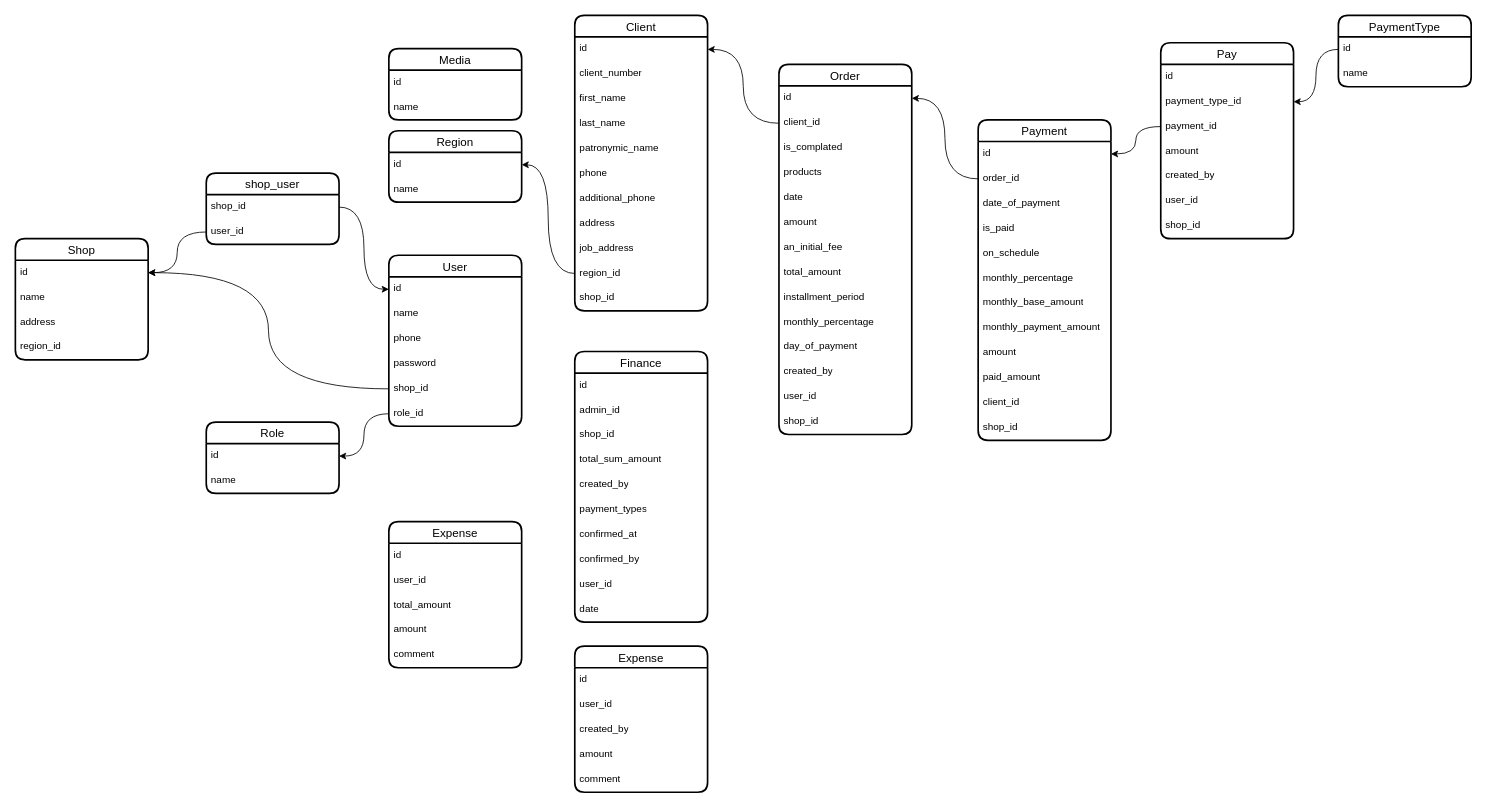
The draw.io diagram page "Страница — 1" (1 of 2) of karsoft-payment.drawio in iztileuoff/databases, before the edit. Source tidied: cells renumbered, new cells numbered last; positions are measured from the earlier drawing's top-left corner, leaving out a move shared by most shapes. Both pictures are drawn from the tidied source at 83%, with x=0, y=0 at pixel (15, 15).
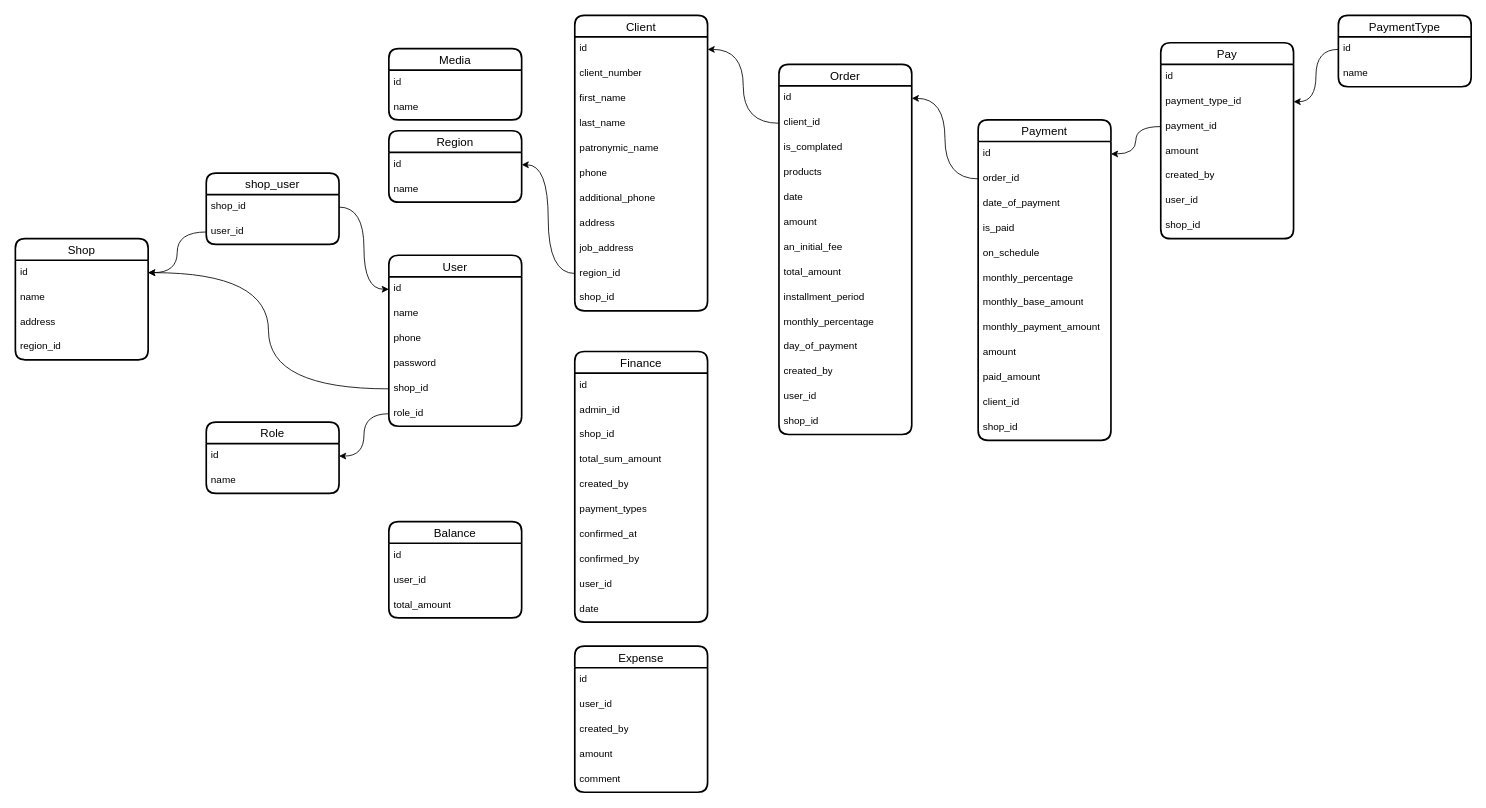
Above is the later version.

What changed in the source:
```diff
@@
-    <mxCell id="103" value="Expense" style="swimlane;fontStyle=0;horizontal=1;startSize=26;align=center;fontSize=14;strokeWidth=2;rounded=1;shadow=0;glass=0;swimlaneLine=1;" parent="1" vertex="1">
-      <mxGeometry x="450" y="610" width="160" height="176" as="geometry" />
+    <mxCell id="103" value="Balance" style="swimlane;fontStyle=0;horizontal=1;startSize=26;align=center;fontSize=14;strokeWidth=2;rounded=1;shadow=0;glass=0;swimlaneLine=1;" parent="1" vertex="1">
+      <mxGeometry x="450" y="610" width="160" height="116" as="geometry" />
     </mxCell>
@@
-    <mxCell id="107" value="amount" style="text;strokeColor=none;fillColor=none;spacingLeft=4;spacingRight=4;overflow=hidden;fontSize=12;whiteSpace=wrap;html=1;" parent="103" vertex="1">
-      <mxGeometry y="116" width="160" height="30" as="geometry" />
-    </mxCell>
-    <mxCell id="108" value="comment" style="text;strokeColor=none;fillColor=none;spacingLeft=4;spacingRight=4;overflow=hidden;fontSize=12;whiteSpace=wrap;html=1;" parent="103" vertex="1">
-      <mxGeometry y="146" width="160" height="30" as="geometry" />
-    </mxCell>
```
